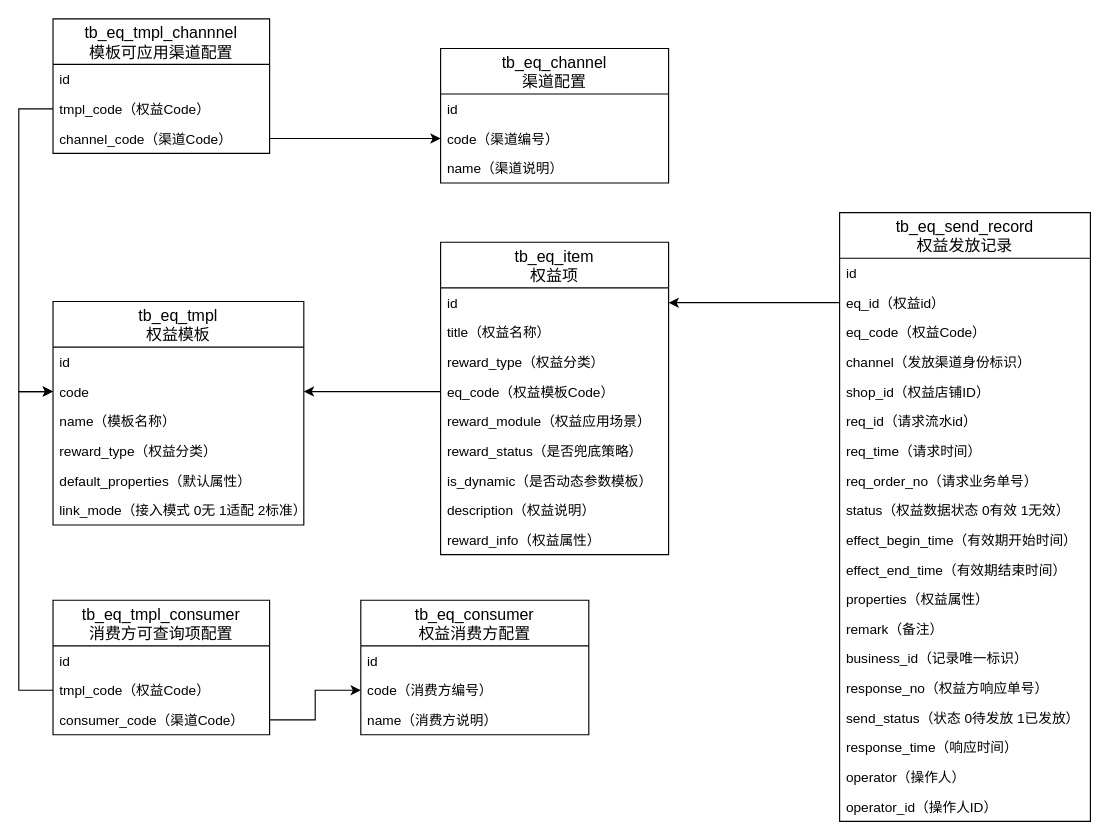
The draw.io diagram page "ER图" (3 of 3) of 权益中心.drawio in jon-kong/draw.io, before the edit. Source tidied: cells renumbered, new cells numbered last; positions are measured from the earlier drawing's top-left corner, leaving out a move shared by most shapes. Both pictures are drawn from the tidied source at 114%, with x=0, y=0 at pixel (18, 18).
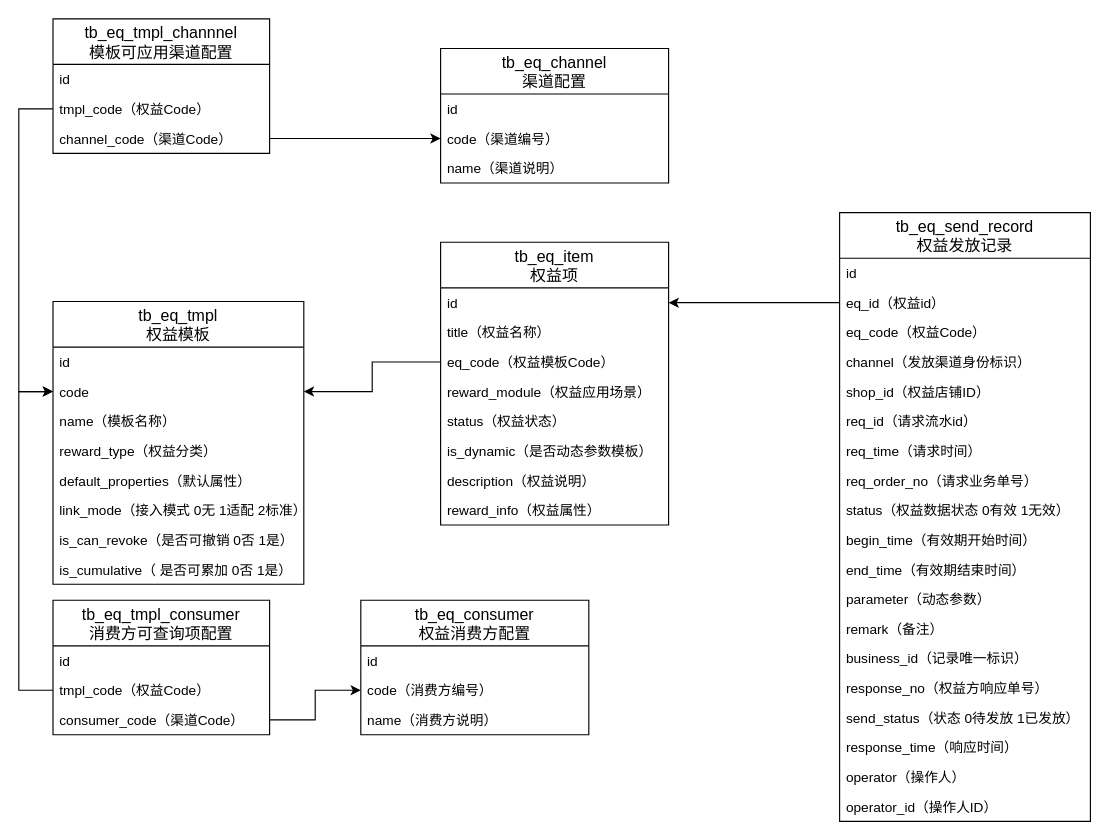
The same diagram, later.

Unchanged cells that the change refers to:
```xml
<mxCell id="24" value="tb_eq_send_record&#10;权益发放记录" style="swimlane;fontStyle=0;horizontal=1;startSize=40;align=center;fontSize=14;" parent="1" vertex="1">
  <mxGeometry x="720" y="170" width="220" height="534" as="geometry" />
</mxCell>
```

Change to the diagram source:
```diff
@@
     <mxCell id="2" value="tb_eq_tmpl&#10;权益模板" style="swimlane;fontStyle=0;horizontal=1;startSize=40;align=center;fontSize=14;" parent="1" vertex="1">
-      <mxGeometry x="30" y="248" width="220" height="196" as="geometry" />
+      <mxGeometry x="30" y="248" width="220" height="248" as="geometry" />
     </mxCell>
@@
+    <mxCell id="61" value="is_can_revoke（是否可撤销 0否 1是）" style="text;strokeColor=none;fillColor=none;spacingLeft=4;spacingRight=4;overflow=hidden;fontSize=12;fontColor=#000000;" parent="2" vertex="1">
+      <mxGeometry y="196" width="220" height="26" as="geometry" />
+    </mxCell>
+    <mxCell id="62" value="is_cumulative（ 是否可累加 0否 1是）" style="text;strokeColor=none;fillColor=none;spacingLeft=4;spacingRight=4;overflow=hidden;fontSize=12;fontColor=#000000;" parent="2" vertex="1">
+      <mxGeometry y="222" width="220" height="26" as="geometry" />
+    </mxCell>
@@
-    <mxCell id="34" value="effect_begin_time（有效期开始时间）" style="text;strokeColor=none;fillColor=none;spacingLeft=4;spacingRight=4;overflow=hidden;fontSize=12;fontColor=#000000;" parent="24" vertex="1">
+    <mxCell id="34" value="begin_time（有效期开始时间）" style="text;strokeColor=none;fillColor=none;spacingLeft=4;spacingRight=4;overflow=hidden;fontSize=12;fontColor=#000000;" parent="24" vertex="1">
       <mxGeometry y="274" width="220" height="26" as="geometry" />
     </mxCell>
-    <mxCell id="35" value="effect_end_time（有效期结束时间）" style="text;strokeColor=none;fillColor=none;spacingLeft=4;spacingRight=4;overflow=hidden;fontSize=12;fontColor=#000000;" parent="24" vertex="1">
+    <mxCell id="35" value="end_time（有效期结束时间）" style="text;strokeColor=none;fillColor=none;spacingLeft=4;spacingRight=4;overflow=hidden;fontSize=12;fontColor=#000000;" parent="24" vertex="1">
       <mxGeometry y="300" width="220" height="26" as="geometry" />
     </mxCell>
-    <mxCell id="36" value="properties（权益属性）" style="text;strokeColor=none;fillColor=none;spacingLeft=4;spacingRight=4;overflow=hidden;fontSize=12;fontColor=#000000;" parent="24" vertex="1">
+    <mxCell id="36" value="parameter（动态参数）" style="text;strokeColor=none;fillColor=none;spacingLeft=4;spacingRight=4;overflow=hidden;fontSize=12;fontColor=#000000;" parent="24" vertex="1">
       <mxGeometry y="326" width="220" height="26" as="geometry" />
     </mxCell>
@@
     <mxCell id="44" value="tb_eq_item&#10;权益项" style="swimlane;fontStyle=0;horizontal=1;startSize=40;align=center;fontSize=14;" parent="1" vertex="1">
-      <mxGeometry x="370" y="196" width="200" height="274" as="geometry" />
+      <mxGeometry x="370" y="196" width="200" height="248" as="geometry" />
     </mxCell>
@@
-    <mxCell id="47" value="reward_type（权益分类）" style="text;strokeColor=none;fillColor=none;spacingLeft=4;spacingRight=4;overflow=hidden;fontSize=12;" parent="44" vertex="1">
-      <mxGeometry y="92" width="200" height="26" as="geometry" />
-    </mxCell>
     <mxCell id="48" value="eq_code（权益模板Code）" style="text;strokeColor=none;fillColor=none;spacingLeft=4;spacingRight=4;overflow=hidden;points=[[0,0.5],[1,0.5]];portConstraint=eastwest;fontSize=12;" parent="44" vertex="1">
-      <mxGeometry y="118" width="200" height="26" as="geometry" />
+      <mxGeometry y="92" width="200" height="26" as="geometry" />
     </mxCell>
     <mxCell id="49" value="reward_module（权益应用场景）" style="text;strokeColor=none;fillColor=none;spacingLeft=4;spacingRight=4;overflow=hidden;fontSize=12;fontColor=#000000;" parent="44" vertex="1">
-      <mxGeometry y="144" width="200" height="26" as="geometry" />
+      <mxGeometry y="118" width="200" height="26" as="geometry" />
     </mxCell>
-    <mxCell id="50" value="reward_status（是否兜底策略）" style="text;strokeColor=none;fillColor=none;spacingLeft=4;spacingRight=4;overflow=hidden;fontSize=12;fontColor=#000000;" parent="44" vertex="1">
-      <mxGeometry y="170" width="200" height="26" as="geometry" />
+    <mxCell id="50" value="status（权益状态）" style="text;strokeColor=none;fillColor=none;spacingLeft=4;spacingRight=4;overflow=hidden;fontSize=12;fontColor=#000000;" parent="44" vertex="1">
+      <mxGeometry y="144" width="200" height="26" as="geometry" />
     </mxCell>
     <mxCell id="51" value="is_dynamic（是否动态参数模板）" style="text;strokeColor=none;fillColor=none;spacingLeft=4;spacingRight=4;overflow=hidden;fontSize=12;fontColor=#000000;" parent="44" vertex="1">
-      <mxGeometry y="196" width="200" height="26" as="geometry" />
+      <mxGeometry y="170" width="200" height="26" as="geometry" />
     </mxCell>
     <mxCell id="52" value="description（权益说明）" style="text;strokeColor=none;fillColor=none;spacingLeft=4;spacingRight=4;overflow=hidden;fontSize=12;fontColor=#000000;" parent="44" vertex="1">
-      <mxGeometry y="222" width="200" height="26" as="geometry" />
+      <mxGeometry y="196" width="200" height="26" as="geometry" />
     </mxCell>
     <mxCell id="53" value="reward_info（权益属性）" style="text;strokeColor=none;fillColor=none;spacingLeft=4;spacingRight=4;overflow=hidden;fontSize=12;fontColor=#000000;" parent="44" vertex="1">
-      <mxGeometry y="248" width="200" height="26" as="geometry" />
+      <mxGeometry y="222" width="200" height="26" as="geometry" />
     </mxCell>
```
